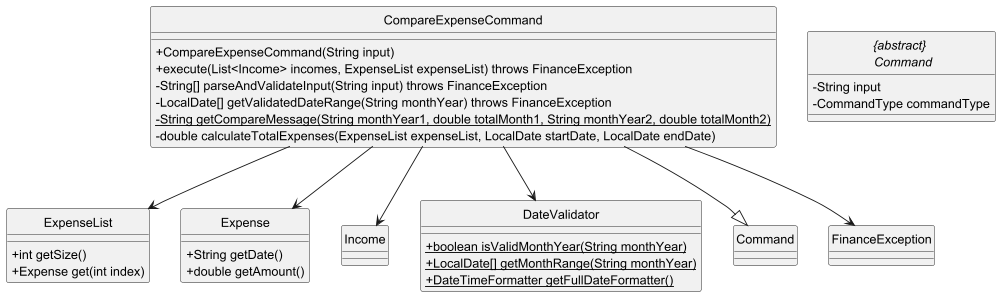
Earlier version of the PlantUML export docs/diagrams/CompareExpenseCommandClass.png (thienkimtranhoang/tp).
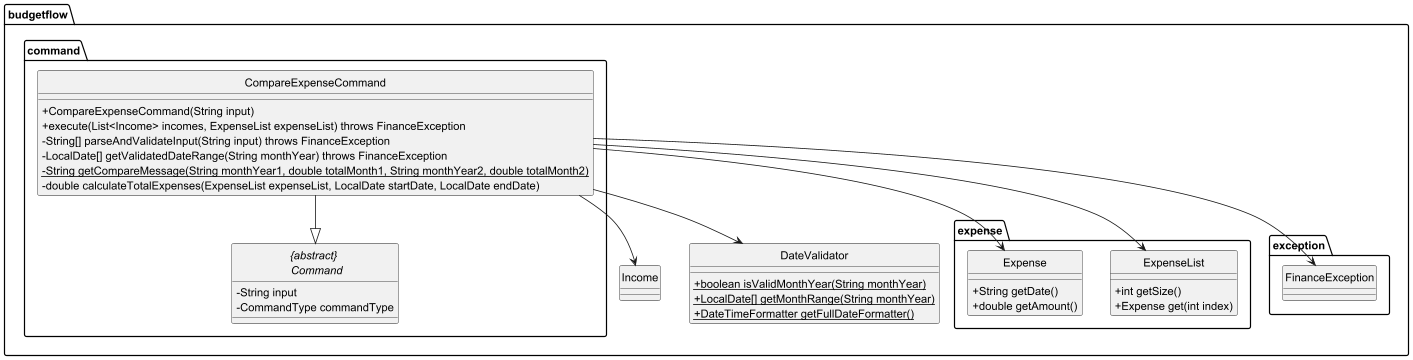
After the commit.

Diff of the diagram source:
```diff
@@ -3,41 +3,49 @@
 hide circle
 skinparam classAttributeIconSize 0
 
+package budgetflow{
+    package budgetflow.command{
+        class CompareExpenseCommand {
+            + CompareExpenseCommand(String input)
+            + execute(List<Income> incomes, ExpenseList expenseList) throws FinanceException
+            - String[] parseAndValidateInput(String input) throws FinanceException
+            - LocalDate[] getValidatedDateRange(String monthYear) throws FinanceException
+            - {static} String getCompareMessage(String monthYear1, double totalMonth1, String monthYear2, double totalMonth2)
+            - double calculateTotalExpenses(ExpenseList expenseList, LocalDate startDate, LocalDate endDate)
+        }
 
-class CompareExpenseCommand {
-    + CompareExpenseCommand(String input)
-    + execute(List<Income> incomes, ExpenseList expenseList) throws FinanceException
-    - String[] parseAndValidateInput(String input) throws FinanceException
-    - LocalDate[] getValidatedDateRange(String monthYear) throws FinanceException
-    - {static} String getCompareMessage(String monthYear1, double totalMonth1, String monthYear2, double totalMonth2)
-    - double calculateTotalExpenses(ExpenseList expenseList, LocalDate startDate, LocalDate endDate)
+        abstract class "{abstract} \n Command" {
+            - String input
+            - CommandType commandType
+        }
+    }
+
+    package budgetflow.expense{
+        class ExpenseList {
+            + int getSize()
+            + Expense get(int index)
+        }
+
+        class Expense {
+            + String getDate()
+            + double getAmount()
+        }
+    }
+
+    class Income {}
+
+    class DateValidator {
+        + {static} boolean isValidMonthYear(String monthYear)
+        + {static} LocalDate[] getMonthRange(String monthYear)
+        + {static} DateTimeFormatter getFullDateFormatter()
+    }
+
+    package budgetflow.exception{
+        class FinanceException{}
+    }
 }
 
-abstract class "{abstract} \n Command" {
-    - String input
-    - CommandType commandType
-}
-
-class ExpenseList {
-    + int getSize()
-    + Expense get(int index)
-}
-
-class Expense {
-    + String getDate()
-    + double getAmount()
-}
-
-class Income {}
-
-class DateValidator {
-    + {static} boolean isValidMonthYear(String monthYear)
-    + {static} LocalDate[] getMonthRange(String monthYear)
-    + {static} DateTimeFormatter getFullDateFormatter()
-}
-
-
-CompareExpenseCommand --|> Command
+CompareExpenseCommand --|> "{abstract} \n Command"
 CompareExpenseCommand --> ExpenseList
 CompareExpenseCommand --> Expense
 CompareExpenseCommand --> Income
```
